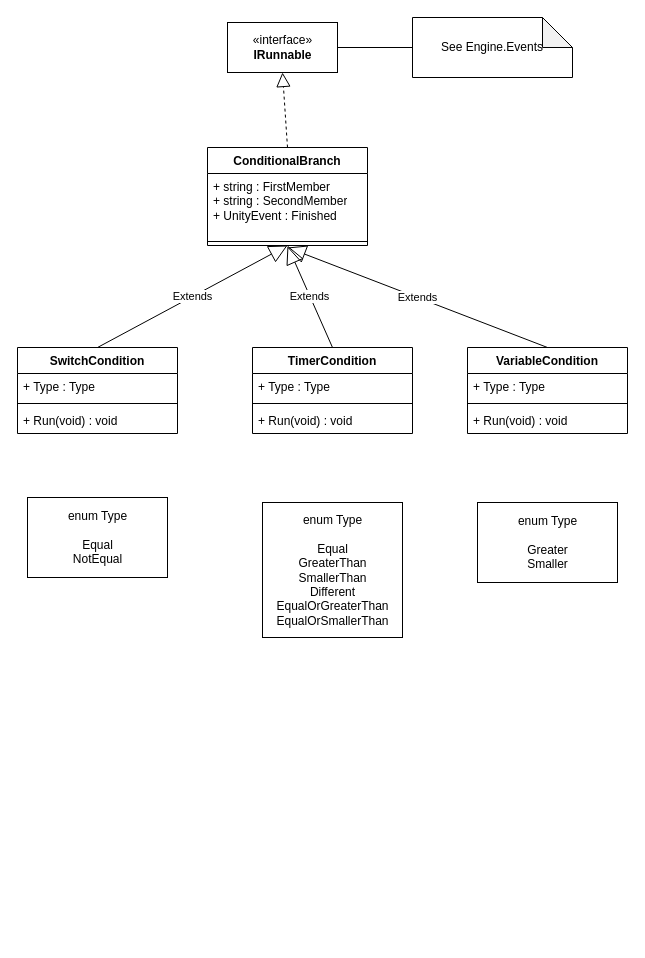
MaximeJoly96/LC_Unity keeps this draw.io diagram as page "Engine.FlowControl" (14 of 17) of Ace_Engine.drawio. Above is the earlier version. Source tidied: cells renumbered, new cells numbered last; positions are measured from the earlier drawing's top-left corner, leaving out a move shared by most shapes. Both pictures are drawn from the tidied source at 100%, with x=0, y=0 at pixel (17, 17).
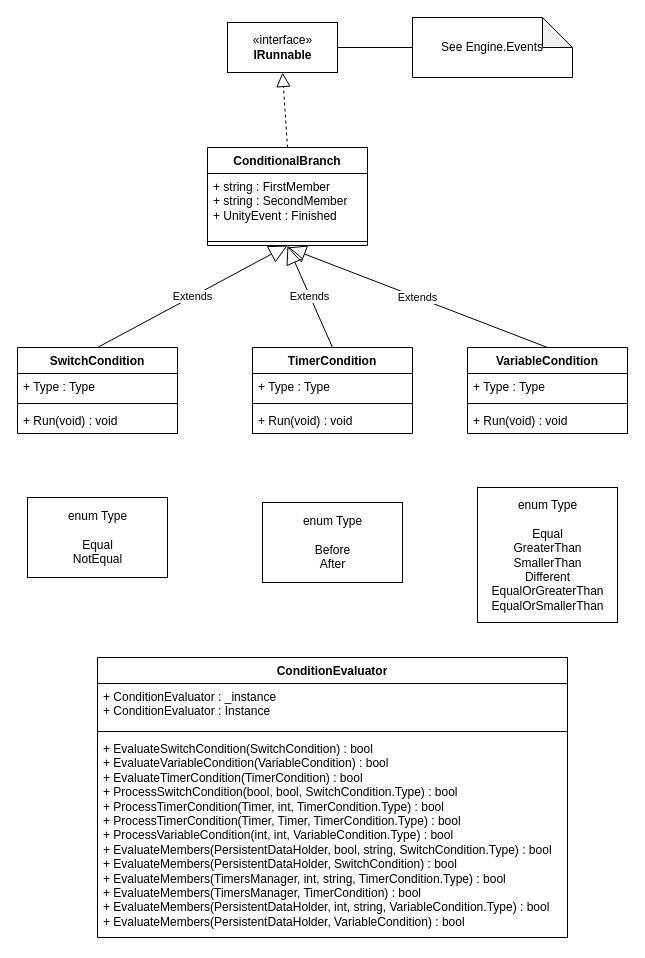
Above is the later version.

Diff of the diagram source:
```diff
@@
     <mxCell id="25" value="enum Type&lt;br&gt;&lt;br&gt;Equal&lt;br&gt;GreaterThan&lt;div&gt;SmallerThan&lt;/div&gt;&lt;div&gt;Different&lt;/div&gt;&lt;div&gt;EqualOrGreaterThan&lt;/div&gt;&lt;div&gt;EqualOrSmallerThan&lt;/div&gt;" style="html=1;" parent="1" vertex="1">
-      <mxGeometry x="245" y="485" width="140" height="135" as="geometry" />
+      <mxGeometry x="460" y="470" width="140" height="135" as="geometry" />
     </mxCell>
-    <mxCell id="26" value="enum Type&lt;br&gt;&lt;br&gt;Greater&lt;br&gt;Smaller" style="html=1;" parent="1" vertex="1">
-      <mxGeometry x="460" y="485" width="140" height="80" as="geometry" />
+    <mxCell id="26" value="enum Type&lt;br&gt;&lt;br&gt;Before&lt;br&gt;After" style="html=1;" parent="1" vertex="1">
+      <mxGeometry x="245" y="485" width="140" height="80" as="geometry" />
     </mxCell>
+    <mxCell id="27" value="ConditionEvaluator" style="swimlane;fontStyle=1;align=center;verticalAlign=top;horizontal=1;startSize=26;whiteSpace=wrap;html=1;" parent="1" vertex="1">
+      <mxGeometry x="80" y="640" width="470" height="280" as="geometry" />
+    </mxCell>
+    <mxCell id="28" value="+ ConditionEvaluator : _instance&lt;div&gt;+ ConditionEvaluator : Instance&lt;/div&gt;" style="text;strokeColor=none;fillColor=none;align=left;verticalAlign=top;spacingLeft=4;spacingRight=4;overflow=hidden;whiteSpace=wrap;html=1;" parent="27" vertex="1">
+      <mxGeometry y="26" width="470" height="44" as="geometry" />
+    </mxCell>
+    <mxCell id="29" style="line;strokeWidth=1;fillColor=none;align=left;verticalAlign=middle;spacingTop=-1;spacingLeft=3;spacingRight=3;labelPosition=right;strokeColor=inherit;" parent="27" vertex="1">
+      <mxGeometry y="70" width="470" height="8" as="geometry" />
+    </mxCell>
+    <mxCell id="30" value="+ EvaluateSwitchCondition(SwitchCondition) : bool&lt;div&gt;+ EvaluateVariableCondition(VariableCondition) : bool&lt;/div&gt;&lt;div&gt;+ EvaluateTimerCondition(TimerCondition) : bool&lt;/div&gt;&lt;div&gt;+ ProcessSwitchCondition(bool, bool, SwitchCondition.Type) : bool&lt;/div&gt;&lt;div&gt;+ ProcessTimerCondition(Timer, int, TimerCondition.Type) : bool&lt;/div&gt;&lt;div&gt;+ ProcessTimerCondition(Timer, Timer, TimerCondition.Type) : bool&lt;/div&gt;&lt;div&gt;+ ProcessVariableCondition(int, int, VariableCondition.Type) : bool&lt;br&gt;&lt;div&gt;+ EvaluateMembers(PersistentDataHolder, bool, string, SwitchCondition.Type) : bool&lt;/div&gt;&lt;/div&gt;&lt;div&gt;+ EvaluateMembers(PersistentDataHolder, SwitchCondition) : bool&lt;/div&gt;&lt;div&gt;+ EvaluateMembers(TimersManager, int, string, TimerCondition.Type) : bool&lt;/div&gt;&lt;div&gt;+ EvaluateMembers(TimersManager, TimerCondition) : bool&lt;/div&gt;&lt;div&gt;+ EvaluateMembers(PersistentDataHolder, int, string, VariableCondition.Type) : bool&lt;/div&gt;&lt;div&gt;+ EvaluateMembers(PersistentDataHolder, VariableCondition) : bool&lt;/div&gt;" style="text;strokeColor=none;fillColor=none;align=left;verticalAlign=top;spacingLeft=4;spacingRight=4;overflow=hidden;whiteSpace=wrap;html=1;" parent="27" vertex="1">
+      <mxGeometry y="78" width="470" height="202" as="geometry" />
+    </mxCell>
```
